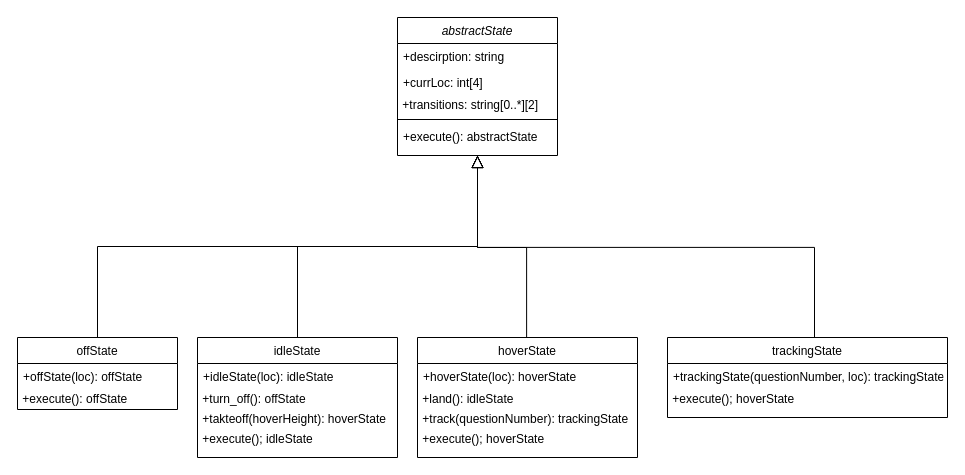
This is state_classes.drawio from danbronzy/quadcopter_controller, a draw.io file, before an edit. Source tidied: cells renumbered, new cells numbered last; positions are measured from the earlier drawing's top-left corner, leaving out a move shared by most shapes. Both pictures are drawn from the tidied source at 100%, with x=0, y=0 at pixel (17, 17).
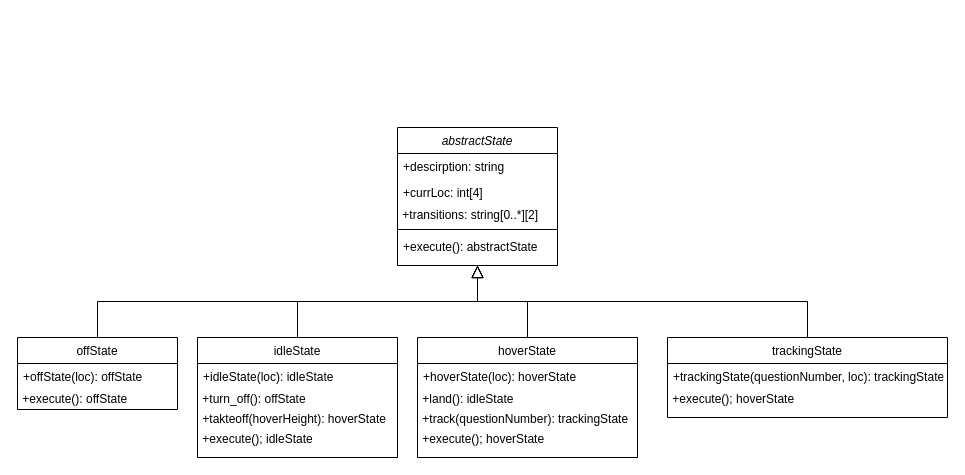
The same diagram, later.

Unchanged cells that the change refers to:
```xml
<mxCell id="18" value="hoverState" style="swimlane;fontStyle=0;align=center;verticalAlign=top;horizontal=1;startSize=26;rounded=0;shadow=0;strokeWidth=1;" parent="1" vertex="1">
  <mxGeometry x="400" y="320" width="220" height="120" as="geometry" />
</mxCell>
<mxCell id="23" value="trackingState" style="swimlane;fontStyle=0;align=center;verticalAlign=top;horizontal=1;startSize=26;rounded=0;shadow=0;strokeWidth=1;" parent="1" vertex="1">
  <mxGeometry x="650" y="320" width="280" height="80" as="geometry" />
</mxCell>
```

Change to the diagram source:
```diff
@@
     <mxCell id="2" value="abstractState" style="swimlane;fontStyle=2;align=center;verticalAlign=top;horizontal=1;startSize=26;rounded=0;shadow=0;strokeWidth=1;" parent="1" vertex="1">
-      <mxGeometry x="380" width="160" height="138" as="geometry" />
+      <mxGeometry x="380" y="110" width="160" height="138" as="geometry" />
     </mxCell>
@@
-    <mxCell id="26" style="endArrow=block;endSize=10;endFill=0;shadow=0;strokeWidth=1;rounded=0;edgeStyle=elbowEdgeStyle;elbow=vertical;exitX=0.532;exitY=-0.014;exitDx=0;exitDy=0;exitPerimeter=0;entryX=0.5;entryY=1;entryDx=0;entryDy=0;" parent="1" edge="1" target="2">
-      <mxGeometry relative="1" as="geometry">
-        <mxPoint x="797" y="320" as="sourcePoint" />
-        <Array as="points">
-          <mxPoint x="600" y="229.9" />
-          <mxPoint x="680" y="229.9" />
-        </Array>
-      </mxGeometry>
-    </mxCell>
-    <mxCell id="27" style="endArrow=block;endSize=10;endFill=0;shadow=0;strokeWidth=1;rounded=0;edgeStyle=elbowEdgeStyle;elbow=vertical;exitX=0.496;exitY=-0.002;exitDx=0;exitDy=0;exitPerimeter=0;" parent="1" edge="1" source="18">
-      <mxGeometry relative="1" as="geometry">
-        <mxPoint x="460" y="138" as="targetPoint" />
-        <Array as="points">
-          <mxPoint x="490" y="230" />
-          <mxPoint x="690" y="237.9" />
-        </Array>
-      </mxGeometry>
-    </mxCell>
+    <mxCell id="28" style="endArrow=block;endSize=10;endFill=0;shadow=0;strokeWidth=1;rounded=0;edgeStyle=elbowEdgeStyle;elbow=vertical;entryX=0.5;entryY=1;entryDx=0;entryDy=0;exitX=0.5;exitY=0;exitDx=0;exitDy=0;" parent="1" edge="1" source="18" target="2">
+      <mxGeometry relative="1" as="geometry" />
+    </mxCell>
+    <mxCell id="29" style="endArrow=block;endSize=10;endFill=0;shadow=0;strokeWidth=1;rounded=0;edgeStyle=elbowEdgeStyle;elbow=vertical;entryX=0.5;entryY=1;entryDx=0;entryDy=0;exitX=0.5;exitY=0;exitDx=0;exitDy=0;" parent="1" edge="1" source="23" target="2">
+      <mxGeometry relative="1" as="geometry" />
+    </mxCell>
```
